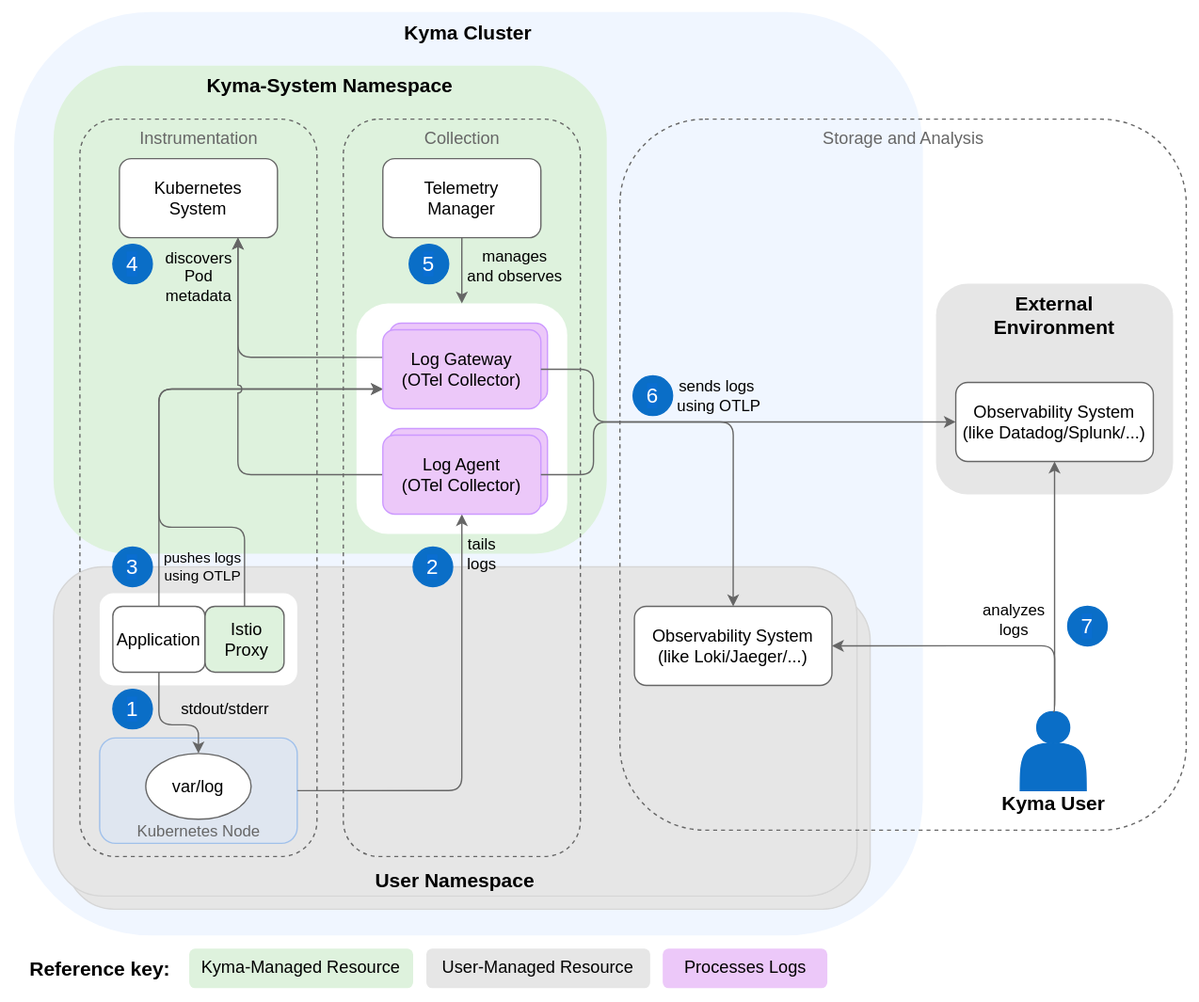
The draw.io diagram docs/user/assets/logs-arch.drawio.svg in kyma-project/telemetry-manager, before a commit. Source tidied: cells renumbered, new cells last; positions are measured from the earlier drawing's top-left corner, leaving out a move shared by most shapes.
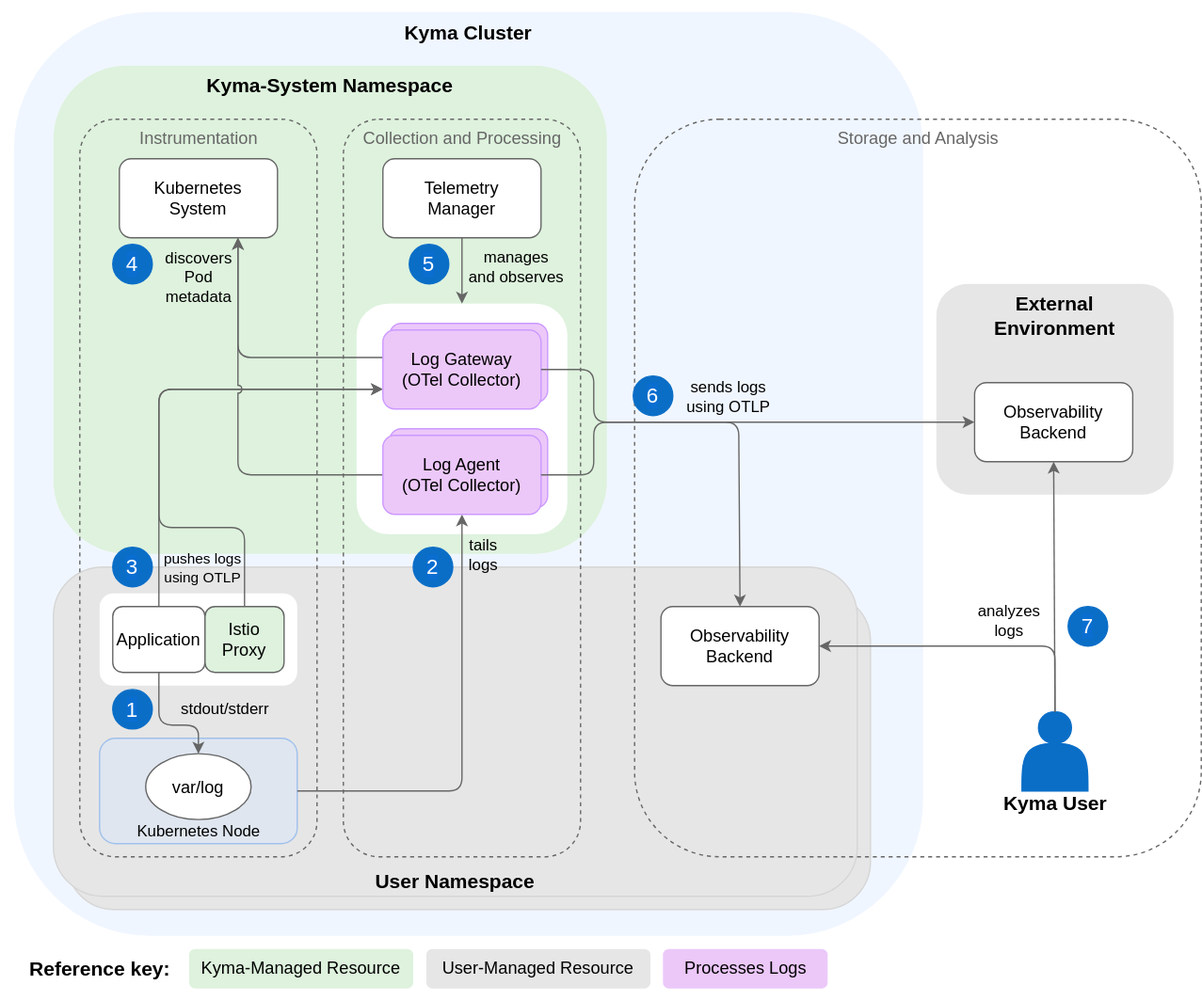
Later version of the same file.

Diff of the diagram source:
```diff
@@ -5,7 +5,7 @@
     <mxCell id="2" style="rounded=0;whiteSpace=wrap;html=1;fillColor=#FFFFFF;strokeColor=none;" parent="1" vertex="1">
       <mxGeometry width="910" height="760" as="geometry" />
     </mxCell>
-    <mxCell id="3" value="&lt;b style=&quot;color: rgb(0, 0, 0); font-size: 15px;&quot;&gt;&lt;font style=&quot;font-size: 15px;&quot;&gt;Kyma Cluster&lt;br style=&quot;font-size: 15px;&quot;&gt;&lt;/font&gt;&lt;/b&gt;" style="rounded=1;whiteSpace=wrap;html=1;fillColor=#F0F6FF;strokeColor=none;fontColor=#333333;verticalAlign=top;fontSize=15;" parent="1" vertex="1">
+    <mxCell id="3" value="&lt;b style=&quot;font-size: 15px;&quot;&gt;&lt;font style=&quot;font-size: 15px;&quot;&gt;Kyma Cluster&lt;br style=&quot;font-size: 15px;&quot;&gt;&lt;/font&gt;&lt;/b&gt;" style="rounded=1;whiteSpace=wrap;html=1;fillColor=#F0F6FF;strokeColor=none;fontColor=#000000;verticalAlign=top;fontSize=15;" parent="1" vertex="1">
       <mxGeometry x="10" y="8.6" width="690" height="701.4" as="geometry" />
     </mxCell>
     <mxCell id="4" value="&lt;b style=&quot;color: rgb(0, 0, 0); font-size: 15px;&quot;&gt;Kyma-System Namespace&lt;br style=&quot;font-size: 15px;&quot;&gt;&lt;/b&gt;" style="rounded=1;whiteSpace=wrap;html=1;dashed=1;fillColor=#DEF2DD;strokeColor=none;verticalAlign=top;fontSize=15;" parent="1" vertex="1">
@@ -14,20 +14,20 @@
     <mxCell id="5" style="rounded=1;whiteSpace=wrap;html=1;fillColor=#E6E6E6;strokeColor=#d6d6d6;" parent="1" vertex="1">
       <mxGeometry x="50" y="450" width="610" height="240" as="geometry" />
     </mxCell>
-    <mxCell id="6" value="&lt;b style=&quot;color: rgb(0, 0, 0); font-size: 15px;&quot;&gt;User Namespace&lt;br style=&quot;font-size: 15px;&quot;&gt;&lt;/b&gt;" style="rounded=1;whiteSpace=wrap;html=1;fillColor=#E6E6E6;strokeColor=#D6D6D6;verticalAlign=bottom;fontSize=15;" parent="1" vertex="1">
+    <mxCell id="6" value="&lt;b style=&quot;font-size: 15px;&quot;&gt;User Namespace&lt;br style=&quot;font-size: 15px;&quot;&gt;&lt;/b&gt;" style="rounded=1;whiteSpace=wrap;html=1;fillColor=#E6E6E6;strokeColor=#D6D6D6;verticalAlign=bottom;fontSize=15;fontColor=#000000;" parent="1" vertex="1">
       <mxGeometry x="40" y="430" width="610" height="250" as="geometry" />
     </mxCell>
     <mxCell id="7" value="&lt;font color=&quot;#666666&quot; style=&quot;font-size: 13px;&quot;&gt;Instrumentation&lt;br style=&quot;font-size: 13px;&quot;&gt;&lt;/font&gt;" style="html=1;fillColor=none;strokeColor=#666666;rounded=1;dashed=1;verticalAlign=top;fontSize=13;" parent="1" vertex="1">
       <mxGeometry x="60" y="90" width="180" height="560" as="geometry" />
     </mxCell>
-    <mxCell id="8" value="&lt;font color=&quot;#666666&quot; style=&quot;font-size: 13px;&quot;&gt;Collection&lt;br style=&quot;font-size: 13px;&quot;&gt;&lt;/font&gt;" style="html=1;fillColor=none;strokeColor=#666666;rounded=1;dashed=1;verticalAlign=top;fontSize=13;" parent="1" vertex="1">
+    <mxCell id="8" value="&lt;font color=&quot;#666666&quot; style=&quot;font-size: 13px;&quot;&gt;Collection and Processing&lt;br style=&quot;font-size: 13px;&quot;&gt;&lt;/font&gt;" style="html=1;fillColor=none;strokeColor=#666666;rounded=1;dashed=1;verticalAlign=top;fontSize=13;" parent="1" vertex="1">
       <mxGeometry x="260" y="90" width="180" height="560" as="geometry" />
     </mxCell>
     <mxCell id="9" style="rounded=1;whiteSpace=wrap;html=1;fillColor=#FFFFFF;strokeColor=none;fontColor=#000000;dashed=1;dashPattern=1 4;" parent="1" vertex="1">
       <mxGeometry x="270" y="230" width="160" height="175" as="geometry" />
     </mxCell>
     <mxCell id="10" style="group;" parent="1" vertex="1">
-      <mxGeometry x="754" y="540" width="90" height="79" as="geometry" />
+      <mxGeometry x="755" y="540" width="156" height="90" as="geometry" />
     </mxCell>
     <mxCell id="11" style="shape=actor;whiteSpace=wrap;html=1;fillColor=#0A6EC7;strokeColor=#0A6EC7;" parent="10" vertex="1">
       <mxGeometry x="20" width="50" height="60" as="geometry" />
@@ -35,18 +35,30 @@
     <mxCell id="12" value="&lt;font style=&quot;font-size: 15px&quot;&gt;&lt;b&gt;Kyma User&lt;/b&gt;&lt;/font&gt;" style="text;html=1;align=center;verticalAlign=middle;fontSize=15;" parent="10" vertex="1">
       <mxGeometry y="59" width="90" height="20" as="geometry" />
     </mxCell>
-    <mxCell id="13" value="&lt;font color=&quot;#666666&quot; style=&quot;font-size: 13px;&quot;&gt;Storage and Analysis&lt;br style=&quot;font-size: 13px;&quot;&gt;&lt;/font&gt;" style="html=1;fillColor=none;strokeColor=#666666;rounded=1;dashed=1;verticalAlign=top;fontSize=13;" parent="1" vertex="1">
-      <mxGeometry x="470" y="90" width="430" height="540" as="geometry" />
+    <mxCell id="13" value="&lt;font color=&quot;#666666&quot; style=&quot;font-size: 13px;&quot;&gt;Storage and Analysis&lt;br style=&quot;font-size: 13px;&quot;&gt;&lt;/font&gt;" style="html=1;fillColor=none;strokeColor=#666666;rounded=1;dashed=1;verticalAlign=top;fontSize=13;" parent="10" vertex="1">
+      <mxGeometry x="-274" y="-450" width="430" height="560" as="geometry" />
     </mxCell>
+    <mxCell id="16" value="Observability&lt;br&gt;&lt;div&gt;Backend&lt;/div&gt;" style="rounded=1;whiteSpace=wrap;html=1;fontColor=#000000;fillColor=#FFFFFF;strokeColor=#666666;fontSize=13;" parent="10" vertex="1">
+      <mxGeometry x="-254" y="-80" width="120" height="60" as="geometry" />
+    </mxCell>
+    <mxCell id="34" style="edgeStyle=orthogonalEdgeStyle;rounded=1;jettySize=auto;html=1;entryX=1;entryY=0.5;entryDx=0;entryDy=0;strokeColor=#666666;exitX=0.5;exitY=0;exitDx=0;exitDy=0;" parent="10" edge="1" source="11" target="16">
+      <mxGeometry relative="1" as="geometry">
+        <Array as="points">
+          <mxPoint x="45" y="-50" />
+        </Array>
+      </mxGeometry>
+    </mxCell>
+    <mxCell id="35" value="analyzes &lt;br style=&quot;font-size: 12px;&quot;&gt;logs" style="edgeLabel;html=1;align=center;verticalAlign=middle;fontSize=12;labelBackgroundColor=none;fontColor=#000000;" parent="34" vertex="1">
+      <mxGeometry x="-0.13" relative="1" as="geometry">
+        <mxPoint x="13" y="-20" as="offset" />
+      </mxGeometry>
+    </mxCell>
-    <mxCell id="14" value="&lt;b style=&quot;color: rgb(0, 0, 0); font-size: 15px;&quot;&gt;&lt;font style=&quot;font-size: 15px;&quot;&gt;External&lt;br style=&quot;font-size: 15px;&quot;&gt;Environment&lt;br style=&quot;font-size: 15px;&quot;&gt;&lt;/font&gt;&lt;/b&gt;" style="rounded=1;whiteSpace=wrap;html=1;fillColor=#e6e6e6;strokeColor=none;fontColor=#333333;verticalAlign=top;fontSize=15;" parent="1" vertex="1">
+    <mxCell id="14" value="&lt;b style=&quot;font-size: 15px;&quot;&gt;&lt;font style=&quot;font-size: 15px;&quot;&gt;External&lt;br style=&quot;font-size: 15px;&quot;&gt;Environment&lt;br style=&quot;font-size: 15px;&quot;&gt;&lt;/font&gt;&lt;/b&gt;" style="rounded=1;whiteSpace=wrap;html=1;fillColor=#e6e6e6;strokeColor=none;fontColor=#000000;verticalAlign=top;fontSize=15;" parent="1" vertex="1">
       <mxGeometry x="710" y="215" width="180" height="160" as="geometry" />
     </mxCell>
-    <mxCell id="15" value="Observability System&lt;br style=&quot;font-size: 13px;&quot;&gt;(like Datadog/Splunk/...)" style="rounded=1;whiteSpace=wrap;html=1;fontColor=#000000;fillColor=#FFFFFF;strokeColor=#666666;fontSize=13;" parent="1" vertex="1">
-      <mxGeometry x="725" y="290" width="150" height="60" as="geometry" />
+    <mxCell id="15" value="Observability&amp;nbsp;&lt;div&gt;Backend&lt;/div&gt;" style="rounded=1;whiteSpace=wrap;html=1;fontColor=#000000;fillColor=#FFFFFF;strokeColor=#666666;fontSize=13;" parent="1" vertex="1">
+      <mxGeometry x="739" y="290" width="120" height="60" as="geometry" />
     </mxCell>
-    <mxCell id="16" value="Observability System&lt;br style=&quot;font-size: 13px;&quot;&gt;(like Loki/Jaeger/...)" style="rounded=1;whiteSpace=wrap;html=1;fontColor=#000000;fillColor=#FFFFFF;strokeColor=#666666;fontSize=13;" parent="1" vertex="1">
-      <mxGeometry x="481" y="460" width="150" height="60" as="geometry" />
-    </mxCell>
     <mxCell id="17" value="Telemetry&lt;br style=&quot;font-size: 13px;&quot;&gt;Manager" style="rounded=1;whiteSpace=wrap;html=1;fontColor=#000000;fillColor=#FFFFFF;strokeColor=#666666;fontSize=13;" parent="1" vertex="1">
       <mxGeometry x="290" y="120" width="120" height="60" as="geometry" />
     </mxCell>
@@ -56,22 +68,22 @@
     <mxCell id="19" value="&lt;span style=&quot;color: rgb(0, 0, 0); font-family: Helvetica; font-size: 13px; font-style: normal; font-variant-ligatures: normal; font-variant-caps: normal; font-weight: 400; letter-spacing: normal; orphans: 2; text-indent: 0px; text-transform: none; widows: 2; word-spacing: 0px; -webkit-text-stroke-width: 0px; text-decoration-thickness: initial; text-decoration-style: initial; text-decoration-color: initial; float: none; display: inline !important;&quot;&gt;Processes Logs&lt;/span&gt;" style="text;whiteSpace=wrap;html=1;strokeColor=none;rounded=1;fillColor=#ecc8f9;align=center;fontSize=13;" parent="1" vertex="1">
       <mxGeometry x="502.5" y="720" width="125" height="30" as="geometry" />
     </mxCell>
-    <mxCell id="20" value="Kubernetes&lt;br style=&quot;font-size: 13px;&quot;&gt;System" style="rounded=1;whiteSpace=wrap;html=1;fontSize=13;strokeColor=#666666;" parent="1" vertex="1">
+    <mxCell id="20" value="Kubernetes&lt;br style=&quot;font-size: 13px;&quot;&gt;System" style="rounded=1;whiteSpace=wrap;html=1;fontSize=13;strokeColor=#666666;fillColor=#FFFFFF;" parent="1" vertex="1">
       <mxGeometry x="90" y="120" width="120" height="60" as="geometry" />
     </mxCell>
     <mxCell id="21" value="&lt;font style=&quot;font-size: 16px&quot;&gt;6&lt;/font&gt;" style="ellipse;whiteSpace=wrap;html=1;labelBackgroundColor=#0A6ED1;fontColor=#FFFFFF;fillColor=#0A6EC7;strokeColor=#0A6EC7;" parent="1" vertex="1">
       <mxGeometry x="480" y="285" width="30" height="30" as="geometry" />
     </mxCell>
-    <mxCell id="22" value="stdout/stderr" style="text;html=1;align=center;verticalAlign=middle;fontSize=12;" parent="1" vertex="1">
+    <mxCell id="22" value="stdout/stderr" style="text;html=1;align=center;verticalAlign=middle;fontSize=12;fontColor=#000000;" parent="1" vertex="1">
       <mxGeometry x="125" y="523" width="90" height="30" as="geometry" />
     </mxCell>
     <mxCell id="23" value="&lt;font style=&quot;font-size: 16px&quot;&gt;5&lt;/font&gt;" style="ellipse;whiteSpace=wrap;html=1;labelBackgroundColor=#0A6ED1;fontColor=#FFFFFF;fillColor=#0A6EC7;strokeColor=#0A6EC7;" parent="1" vertex="1">
       <mxGeometry x="310" y="185" width="30" height="30" as="geometry" />
     </mxCell>
-    <mxCell id="24" value="&lt;font color=&quot;#666666&quot;&gt;Kubernetes Node&lt;br&gt;&lt;/font&gt;" style="html=1;fillColor=#dae8fc;strokeColor=#5f9beb;rounded=1;verticalAlign=bottom;opacity=50;" parent="1" vertex="1">
+    <mxCell id="24" value="&lt;font&gt;Kubernetes Node&lt;br&gt;&lt;/font&gt;" style="html=1;fillColor=#dae8fc;strokeColor=#5f9beb;rounded=1;verticalAlign=bottom;opacity=50;fontColor=#000000;" parent="1" vertex="1">
       <mxGeometry x="75" y="560" width="150" height="80" as="geometry" />
     </mxCell>
-    <mxCell id="25" value="var/log" style="ellipse;whiteSpace=wrap;html=1;fontSize=13;strokeColor=#666666;" parent="1" vertex="1">
+    <mxCell id="25" value="var/log" style="ellipse;whiteSpace=wrap;html=1;fontSize=13;strokeColor=#666666;fillColor=#FFFFFF;" parent="1" vertex="1">
       <mxGeometry x="110" y="571.8" width="80" height="50" as="geometry" />
     </mxCell>
     <mxCell id="26" value="&lt;font style=&quot;font-size: 16px&quot;&gt;1&lt;/font&gt;" style="ellipse;whiteSpace=wrap;html=1;labelBackgroundColor=#0A6ED1;fontColor=#FFFFFF;fillColor=#0A6EC7;strokeColor=#0A6EC7;" parent="1" vertex="1">
@@ -100,25 +112,9 @@
     <mxCell id="32" value="&lt;span style=&quot;color: rgb(0, 0, 0); font-family: Helvetica; font-size: 13px; font-style: normal; font-variant-ligatures: normal; font-variant-caps: normal; font-weight: 400; letter-spacing: normal; orphans: 2; text-indent: 0px; text-transform: none; widows: 2; word-spacing: 0px; -webkit-text-stroke-width: 0px; text-decoration-thickness: initial; text-decoration-style: initial; text-decoration-color: initial; float: none; display: inline !important;&quot;&gt;Kyma-Managed Resource&lt;/span&gt;" style="text;whiteSpace=wrap;html=1;strokeColor=none;rounded=1;fillColor=#def2dd;align=center;" parent="1" vertex="1">
       <mxGeometry x="143" y="720" width="170" height="30" as="geometry" />
     </mxCell>
-    <mxCell id="33" style="edgeStyle=orthogonalEdgeStyle;rounded=1;jettySize=auto;html=1;entryX=0.5;entryY=1;entryDx=0;entryDy=0;strokeColor=#666666;exitX=0.5;exitY=0;exitDx=0;exitDy=0;" parent="1" edge="1" source="11" target="15">
-      <mxGeometry relative="1" as="geometry">
-        <Array as="points">
-          <mxPoint x="800" y="540" />
-        </Array>
-      </mxGeometry>
+    <mxCell id="33" style="rounded=1;jettySize=auto;html=1;entryX=0.5;entryY=1;entryDx=0;entryDy=0;strokeColor=#666666;exitX=0.5;exitY=0;exitDx=0;exitDy=0;" parent="1" edge="1" source="11" target="15">
+      <mxGeometry relative="1" as="geometry" />
     </mxCell>
-    <mxCell id="34" style="edgeStyle=orthogonalEdgeStyle;rounded=1;jettySize=auto;html=1;entryX=1;entryY=0.5;entryDx=0;entryDy=0;strokeColor=#666666;exitX=0.5;exitY=0;exitDx=0;exitDy=0;" parent="1" edge="1" source="11" target="16">
-      <mxGeometry relative="1" as="geometry">
-        <Array as="points">
-          <mxPoint x="800" y="490" />
-        </Array>
-      </mxGeometry>
-    </mxCell>
-    <mxCell id="35" value="analyzes &lt;br style=&quot;font-size: 12px;&quot;&gt;logs" style="edgeLabel;html=1;align=center;verticalAlign=middle;fontSize=12;labelBackgroundColor=none;" parent="34" vertex="1">
-      <mxGeometry x="-0.13" relative="1" as="geometry">
-        <mxPoint x="13" y="-20" as="offset" />
-      </mxGeometry>
-    </mxCell>
     <mxCell id="36" style="edgeStyle=orthogonalEdgeStyle;rounded=1;jettySize=auto;html=1;startArrow=none;startFill=0;endArrow=classic;endFill=1;strokeColor=#666666;exitX=0.5;exitY=0;exitDx=0;exitDy=0;jumpStyle=none;entryX=0;entryY=0.75;entryDx=0;entryDy=0;" parent="1" edge="1" source="29" target="51">
       <mxGeometry relative="1" as="geometry">
         <Array as="points">
@@ -128,7 +124,7 @@
         </Array>
       </mxGeometry>
     </mxCell>
-    <mxCell id="37" value="pushes logs&lt;br&gt;using OTLP" style="edgeLabel;html=1;align=center;verticalAlign=middle;labelBackgroundColor=none;" parent="36" vertex="1">
+    <mxCell id="37" value="pushes logs&lt;br&gt;using OTLP" style="edgeLabel;html=1;align=center;verticalAlign=middle;labelBackgroundColor=none;fontColor=#000000;" parent="36" vertex="1">
       <mxGeometry x="-0.69" y="1" relative="1" as="geometry">
         <mxPoint x="-32" y="29" as="offset" />
       </mxGeometry>
@@ -145,7 +141,7 @@
     <mxCell id="41" style="edgeStyle=orthogonalEdgeStyle;rounded=1;jettySize=auto;html=1;startArrow=none;startFill=0;endArrow=classic;endFill=1;strokeColor=#666666;exitX=1;exitY=0.5;exitDx=0;exitDy=0;entryX=0.5;entryY=1;entryDx=0;entryDy=0;" parent="1" edge="1" source="24" target="54">
       <mxGeometry relative="1" as="geometry" />
     </mxCell>
-    <mxCell id="42" value="&lt;span style=&quot;font-size: 12px;&quot;&gt;tails&lt;/span&gt;&lt;br style=&quot;border-color: var(--border-color); font-size: 12px;&quot;&gt;&lt;span style=&quot;font-size: 12px;&quot;&gt;logs&lt;/span&gt;" style="edgeLabel;html=1;align=center;verticalAlign=middle;labelBackgroundColor=none;fontSize=12;" parent="41" vertex="1">
+    <mxCell id="42" value="&lt;span style=&quot;font-size: 12px;&quot;&gt;tails&lt;/span&gt;&lt;br style=&quot;border-color: var(--border-color); font-size: 12px;&quot;&gt;&lt;span style=&quot;font-size: 12px;&quot;&gt;logs&lt;/span&gt;" style="edgeLabel;html=1;align=center;verticalAlign=middle;labelBackgroundColor=none;fontSize=12;fontColor=#000000;" parent="41" vertex="1">
       <mxGeometry x="0.35" y="-4" relative="1" as="geometry">
         <mxPoint x="11" y="-78" as="offset" />
       </mxGeometry>
@@ -162,7 +158,7 @@
         </Array>
       </mxGeometry>
     </mxCell>
-    <mxCell id="45" value="&lt;span style=&quot;font-size: 12px;&quot;&gt;manages&lt;br style=&quot;font-size: 12px;&quot;&gt;and observes&lt;/span&gt;" style="edgeLabel;html=1;align=center;verticalAlign=middle;labelBackgroundColor=none;fontSize=12;" parent="44" vertex="1">
+    <mxCell id="45" value="&lt;span style=&quot;font-size: 12px;&quot;&gt;manages&lt;br style=&quot;font-size: 12px;&quot;&gt;and observes&lt;/span&gt;" style="edgeLabel;html=1;align=center;verticalAlign=middle;labelBackgroundColor=none;fontSize=12;fontColor=#000000;" parent="44" vertex="1">
       <mxGeometry x="0.21" y="3" relative="1" as="geometry">
         <mxPoint x="37" y="-9" as="offset" />
       </mxGeometry>
@@ -178,7 +174,7 @@
         </Array>
       </mxGeometry>
     </mxCell>
-    <mxCell id="48" value="&lt;span style=&quot;color: rgb(0, 0, 0); font-family: Helvetica; font-size: 12px; font-style: normal; font-variant-ligatures: normal; font-variant-caps: normal; font-weight: 400; letter-spacing: normal; orphans: 2; text-align: center; text-indent: 0px; text-transform: none; widows: 2; word-spacing: 0px; -webkit-text-stroke-width: 0px; text-decoration-thickness: initial; text-decoration-style: initial; text-decoration-color: initial; float: none; display: inline !important;&quot;&gt;discovers&lt;br&gt;&lt;/span&gt;&lt;span style=&quot;color: rgb(0, 0, 0); font-family: Helvetica; font-size: 12px; font-style: normal; font-variant-ligatures: normal; font-variant-caps: normal; font-weight: 400; letter-spacing: normal; orphans: 2; text-align: center; text-indent: 0px; text-transform: none; widows: 2; word-spacing: 0px; -webkit-text-stroke-width: 0px; text-decoration-thickness: initial; text-decoration-style: initial; text-decoration-color: initial; float: none; display: inline !important;&quot;&gt;Pod&lt;br&gt;metadata&lt;/span&gt;" style="edgeStyle=orthogonalEdgeStyle;rounded=1;jettySize=auto;html=1;startArrow=none;startFill=0;endArrow=classic;endFill=1;strokeColor=#666666;exitX=0.014;exitY=0.349;exitDx=0;exitDy=0;labelBackgroundColor=none;exitPerimeter=0;" parent="1" edge="1" source="51">
+    <mxCell id="48" value="&lt;span style=&quot;font-family: Helvetica; font-size: 12px; font-style: normal; font-variant-ligatures: normal; font-variant-caps: normal; font-weight: 400; letter-spacing: normal; orphans: 2; text-align: center; text-indent: 0px; text-transform: none; widows: 2; word-spacing: 0px; -webkit-text-stroke-width: 0px; text-decoration-thickness: initial; text-decoration-style: initial; text-decoration-color: initial; float: none; display: inline !important;&quot;&gt;discovers&lt;br&gt;&lt;/span&gt;&lt;span style=&quot;font-family: Helvetica; font-size: 12px; font-style: normal; font-variant-ligatures: normal; font-variant-caps: normal; font-weight: 400; letter-spacing: normal; orphans: 2; text-align: center; text-indent: 0px; text-transform: none; widows: 2; word-spacing: 0px; -webkit-text-stroke-width: 0px; text-decoration-thickness: initial; text-decoration-style: initial; text-decoration-color: initial; float: none; display: inline !important;&quot;&gt;Pod&lt;br&gt;metadata&lt;/span&gt;" style="edgeStyle=orthogonalEdgeStyle;rounded=1;jettySize=auto;html=1;startArrow=none;startFill=0;endArrow=classic;endFill=1;strokeColor=#666666;exitX=0.014;exitY=0.349;exitDx=0;exitDy=0;labelBackgroundColor=none;exitPerimeter=0;fontColor=#000000;" parent="1" edge="1" source="51">
       <mxGeometry x="0.71" y="30" relative="1" as="geometry">
         <mxPoint x="180" y="180" as="targetPoint" />
         <Array as="points">
@@ -209,7 +205,8 @@
         <Array as="points">
           <mxPoint x="450" y="360" />
           <mxPoint x="450" y="320" />
-          <mxPoint x="556" y="320" />
+          <mxPoint x="560" y="320" />
+          <mxPoint x="560" y="460" />
         </Array>
       </mxGeometry>
     </mxCell>
@@ -222,7 +219,7 @@
         </Array>
       </mxGeometry>
     </mxCell>
-    <mxCell id="57" value="sends logs&amp;nbsp;&lt;br style=&quot;font-size: 12px;&quot;&gt;using OTLP" style="edgeLabel;html=1;align=center;verticalAlign=middle;labelBackgroundColor=none;fontSize=12;" parent="56" vertex="1">
+    <mxCell id="57" value="sends logs&amp;nbsp;&lt;br style=&quot;font-size: 12px;&quot;&gt;using OTLP" style="edgeLabel;html=1;align=center;verticalAlign=middle;labelBackgroundColor=none;fontSize=12;fontColor=#000000;" parent="56" vertex="1">
       <mxGeometry x="-0.14" y="-2" relative="1" as="geometry">
         <mxPoint x="22" y="-22" as="offset" />
       </mxGeometry>
```
